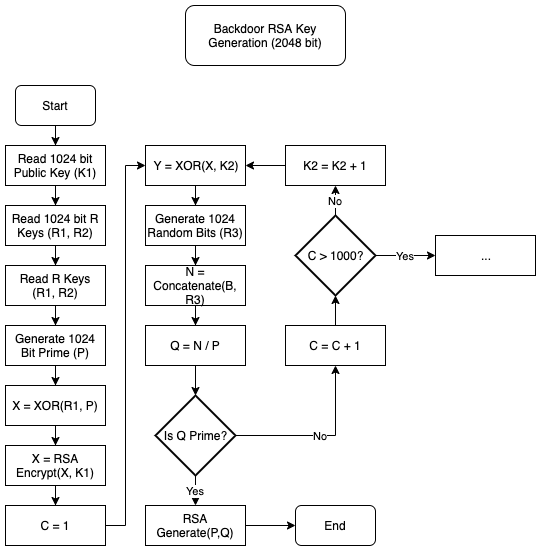
luker983/nsa-codebreaker-2019 keeps this draw.io diagram as task7/images/flow.png. Above is the earlier version. Source tidied: cells renumbered, new cells last; positions are measured from the earlier drawing's top-left corner, leaving out a move shared by most shapes.
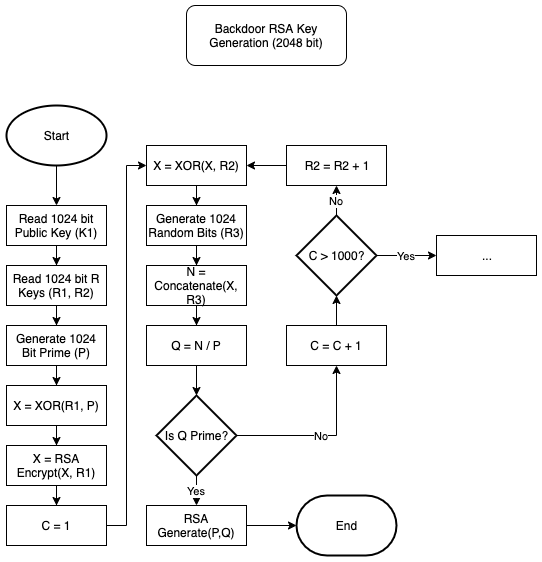
The same file after the commit.

Commit message:
Fix flowchart errors

Diff of the diagram source:
```diff
@@ -5,30 +5,20 @@
     <mxCell id="2" value="Backdoor RSA Key Generation (2048 bit)" style="rounded=1;whiteSpace=wrap;html=1;" parent="1" vertex="1">
       <mxGeometry x="180" width="160" height="60" as="geometry" />
     </mxCell>
-    <mxCell id="3" style="edgeStyle=orthogonalEdgeStyle;rounded=0;jettySize=auto;html=1;entryX=0.5;entryY=0;entryDx=0;entryDy=0;" parent="1" edge="1" source="4" target="8">
-      <mxGeometry relative="1" as="geometry" />
-    </mxCell>
-    <mxCell id="4" value="Start" style="rounded=1;whiteSpace=wrap;html=1;" parent="1" vertex="1">
-      <mxGeometry x="10" y="80" width="80" height="40" as="geometry" />
-    </mxCell>
-    <mxCell id="5" style="edgeStyle=orthogonalEdgeStyle;rounded=0;jettySize=auto;html=1;entryX=0.5;entryY=0;entryDx=0;entryDy=0;" parent="1" edge="1" source="6" target="10">
-      <mxGeometry relative="1" as="geometry" />
+    <mxCell id="5" style="edgeStyle=orthogonalEdgeStyle;rounded=0;jettySize=auto;html=1;entryX=0.5;entryY=0;entryDx=0;entryDy=0;" parent="1" edge="1" source="6">
+      <mxGeometry relative="1" as="geometry">
+        <mxPoint x="50" y="320" as="targetPoint" />
+      </mxGeometry>
     </mxCell>
     <mxCell id="6" value="Read 1024 bit R Keys (R1, R2)" style="rounded=0;whiteSpace=wrap;html=1;" parent="1" vertex="1">
-      <mxGeometry y="200" width="100" height="40" as="geometry" />
+      <mxGeometry y="260" width="100" height="40" as="geometry" />
     </mxCell>
     <mxCell id="7" style="edgeStyle=orthogonalEdgeStyle;rounded=0;jettySize=auto;html=1;entryX=0.5;entryY=0;entryDx=0;entryDy=0;" parent="1" edge="1" source="8" target="6">
       <mxGeometry relative="1" as="geometry" />
     </mxCell>
     <mxCell id="8" value="Read 1024 bit Public Key (K1)" style="rounded=0;whiteSpace=wrap;html=1;" parent="1" vertex="1">
-      <mxGeometry y="140" width="100" height="40" as="geometry" />
+      <mxGeometry y="200" width="100" height="40" as="geometry" />
     </mxCell>
-    <mxCell id="9" style="edgeStyle=orthogonalEdgeStyle;rounded=0;jettySize=auto;html=1;entryX=0.5;entryY=0;entryDx=0;entryDy=0;" parent="1" edge="1" source="10" target="14">
-      <mxGeometry relative="1" as="geometry" />
-    </mxCell>
-    <mxCell id="10" value="Read R Keys (R1, R2)" style="rounded=0;whiteSpace=wrap;html=1;" parent="1" vertex="1">
-      <mxGeometry y="260" width="100" height="40" as="geometry" />
-    </mxCell>
     <mxCell id="11" style="edgeStyle=orthogonalEdgeStyle;rounded=0;jettySize=auto;html=1;entryX=0.5;entryY=0;entryDx=0;entryDy=0;" parent="1" edge="1" source="12" target="22">
       <mxGeometry relative="1" as="geometry" />
     </mxCell>
@@ -50,7 +40,7 @@
     <mxCell id="17" style="edgeStyle=orthogonalEdgeStyle;rounded=0;jettySize=auto;html=1;" parent="1" edge="1" source="18" target="20">
       <mxGeometry relative="1" as="geometry" />
     </mxCell>
-    <mxCell id="18" value="N = Concatenate(B, R3)" style="rounded=0;whiteSpace=wrap;html=1;" parent="1" vertex="1">
+    <mxCell id="18" value="N = Concatenate(X, R3)" style="rounded=0;whiteSpace=wrap;html=1;" parent="1" vertex="1">
       <mxGeometry x="140" y="260" width="100" height="40" as="geometry" />
     </mxCell>
     <mxCell id="19" style="edgeStyle=orthogonalEdgeStyle;rounded=0;jettySize=auto;html=1;" parent="1" edge="1" source="20" target="25">
@@ -62,7 +52,7 @@
     <mxCell id="21" style="edgeStyle=orthogonalEdgeStyle;rounded=0;jettySize=auto;html=1;entryX=0.5;entryY=0;entryDx=0;entryDy=0;" parent="1" edge="1" source="22" target="27">
       <mxGeometry relative="1" as="geometry" />
     </mxCell>
-    <mxCell id="22" value="X = RSA Encrypt(X, K1)" style="rounded=0;whiteSpace=wrap;html=1;" parent="1" vertex="1">
+    <mxCell id="22" value="X = RSA Encrypt(X, R1)" style="rounded=0;whiteSpace=wrap;html=1;" parent="1" vertex="1">
       <mxGeometry y="440" width="100" height="40" as="geometry" />
     </mxCell>
     <mxCell id="23" value="No" style="edgeStyle=orthogonalEdgeStyle;rounded=0;jettySize=auto;html=1;entryX=0.5;entryY=1;entryDx=0;entryDy=0;" parent="1" edge="1" source="25" target="31">
@@ -83,7 +73,7 @@
     <mxCell id="28" style="edgeStyle=orthogonalEdgeStyle;rounded=0;jettySize=auto;html=1;entryX=0.5;entryY=0;entryDx=0;entryDy=0;" parent="1" edge="1" source="29" target="16">
       <mxGeometry relative="1" as="geometry" />
     </mxCell>
-    <mxCell id="29" value="Y = XOR(X, K2)" style="rounded=0;whiteSpace=wrap;html=1;" parent="1" vertex="1">
+    <mxCell id="29" value="X = XOR(X, R2)" style="rounded=0;whiteSpace=wrap;html=1;" parent="1" vertex="1">
       <mxGeometry x="140" y="140" width="100" height="40" as="geometry" />
     </mxCell>
     <mxCell id="30" style="edgeStyle=orthogonalEdgeStyle;rounded=0;jettySize=auto;html=1;entryX=0.5;entryY=1;entryDx=0;entryDy=0;entryPerimeter=0;" parent="1" edge="1" source="31" target="36">
@@ -95,7 +85,7 @@
     <mxCell id="32" style="edgeStyle=orthogonalEdgeStyle;rounded=0;jettySize=auto;html=1;exitX=0;exitY=0.5;exitDx=0;exitDy=0;entryX=1;entryY=0.5;entryDx=0;entryDy=0;" parent="1" edge="1" source="33" target="29">
       <mxGeometry relative="1" as="geometry" />
     </mxCell>
-    <mxCell id="33" value="K2 = K2 + 1" style="rounded=0;whiteSpace=wrap;html=1;" parent="1" vertex="1">
+    <mxCell id="33" value="R2 = R2 + 1" style="rounded=0;whiteSpace=wrap;html=1;" parent="1" vertex="1">
       <mxGeometry x="280" y="140" width="100" height="40" as="geometry" />
     </mxCell>
     <mxCell id="34" value="No" style="edgeStyle=orthogonalEdgeStyle;rounded=0;jettySize=auto;html=1;entryX=0.5;entryY=1;entryDx=0;entryDy=0;" parent="1" edge="1" source="36" target="33">
@@ -109,11 +99,10 @@
     <mxCell id="36" value="C &amp;gt; 1000?" style="strokeWidth=2;html=1;shape=mxgraph.flowchart.decision;whiteSpace=wrap;" parent="1" vertex="1">
       <mxGeometry x="290" y="210" width="80" height="80" as="geometry" />
     </mxCell>
-    <mxCell id="37" value="End" style="rounded=1;whiteSpace=wrap;html=1;" parent="1" vertex="1">
-      <mxGeometry x="290" y="500" width="80" height="40" as="geometry" />
-    </mxCell>
-    <mxCell id="38" style="edgeStyle=orthogonalEdgeStyle;rounded=0;jettySize=auto;html=1;entryX=0;entryY=0.5;entryDx=0;entryDy=0;" parent="1" edge="1" source="39" target="37">
-      <mxGeometry relative="1" as="geometry" />
+    <mxCell id="38" style="edgeStyle=orthogonalEdgeStyle;rounded=0;jettySize=auto;html=1;entryX=0;entryY=0.5;entryDx=0;entryDy=0;" parent="1" edge="1" source="39">
+      <mxGeometry relative="1" as="geometry">
+        <mxPoint x="290" y="520" as="targetPoint" />
+      </mxGeometry>
     </mxCell>
     <mxCell id="39" value="RSA Generate(P,Q)" style="rounded=0;whiteSpace=wrap;html=1;" parent="1" vertex="1">
       <mxGeometry x="140" y="500" width="100" height="40" as="geometry" />
@@ -121,5 +110,14 @@
     <mxCell id="40" value="..." style="rounded=0;whiteSpace=wrap;html=1;" parent="1" vertex="1">
       <mxGeometry x="430" y="230" width="100" height="40" as="geometry" />
     </mxCell>
+    <mxCell id="3" style="edgeStyle=orthogonalEdgeStyle;rounded=0;jettySize=auto;html=1;entryX=0.5;entryY=0;entryDx=0;entryDy=0;" parent="1" edge="1" source="4" target="8">
+      <mxGeometry relative="1" as="geometry" />
+    </mxCell>
+    <mxCell id="4" value="Start" style="strokeWidth=2;html=1;shape=mxgraph.flowchart.start_1;whiteSpace=wrap;" parent="1" vertex="1">
+      <mxGeometry y="100" width="100" height="60" as="geometry" />
+    </mxCell>
+    <mxCell id="37" value="End" style="strokeWidth=2;html=1;shape=mxgraph.flowchart.terminator;whiteSpace=wrap;" parent="1" vertex="1">
+      <mxGeometry x="290" y="490" width="100" height="60" as="geometry" />
+    </mxCell>
   </root>
 </mxGraphModel>
```
